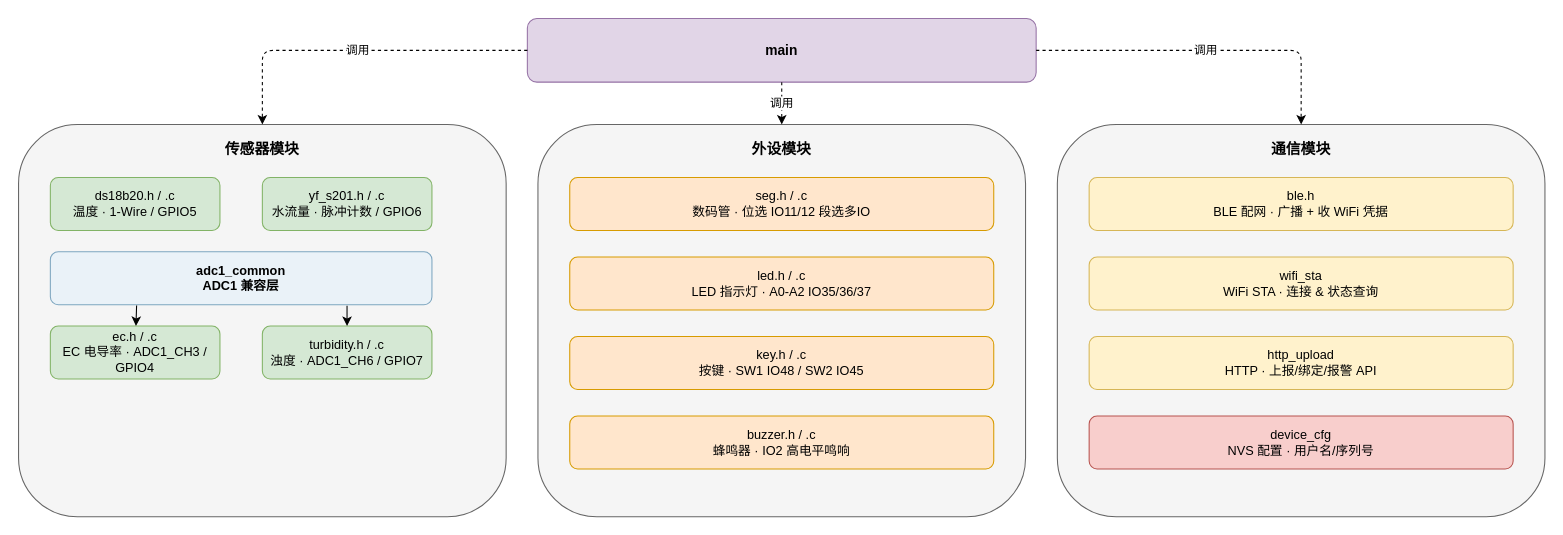
Above: docs/architecture.drawio in ariyflow/water-monitor (draw.io), before the change. Source tidied: cells renumbered, new cells numbered last; positions are measured from the earlier drawing's top-left corner, leaving out a move shared by most shapes. Both pictures are drawn from the tidied source at 106%, with x=0, y=0 at pixel (18, 18).
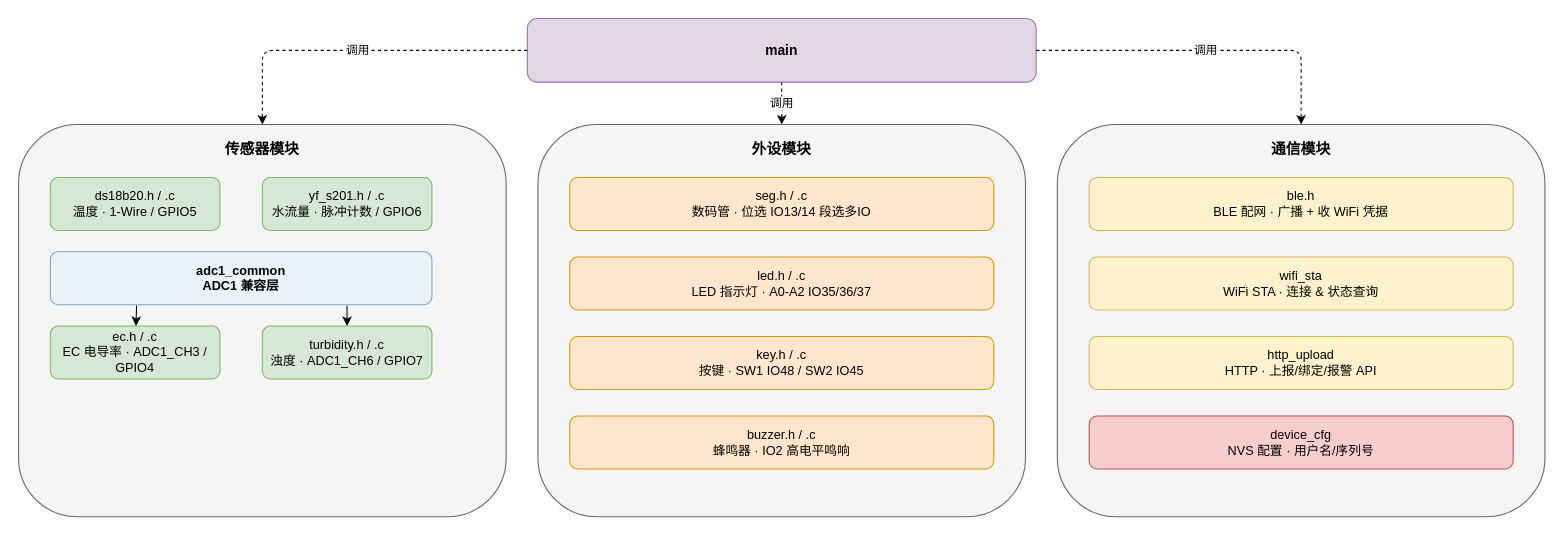
The same diagram, later.

The edit, as a diff of the source:
```diff
@@
-    <mxCell id="11" value="seg.h / .c&#10;数码管 · 位选 IO11/12 段选多IO" style="rounded=1;whiteSpace=wrap;html=1;fillColor=#ffe6cc;strokeColor=#d79b00;fontSize=12;" parent="1" vertex="1">
+    <mxCell id="11" value="seg.h / .c&#10;数码管 · 位选 IO13/14 段选多IO" style="rounded=1;whiteSpace=wrap;html=1;fillColor=#ffe6cc;strokeColor=#d79b00;fontSize=12;" parent="1" vertex="1">
       <mxGeometry x="520" y="150" width="400" height="50" as="geometry" />
     </mxCell>
```
